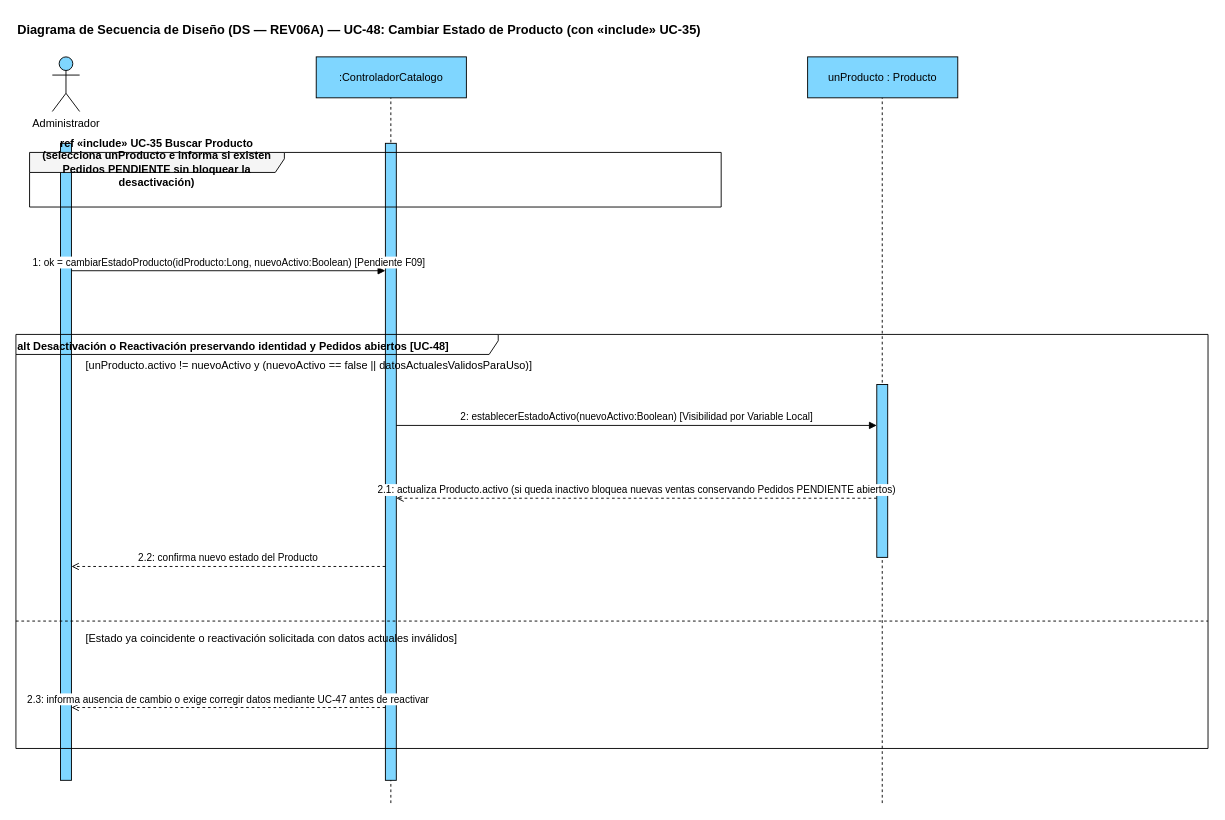
Before: page "DS UC-48 Cambiar Estado Producto (REV06A)" (4 of 9) of docs/08-diagramas/revision/REV06A_COMERCIAL_PROMOCIONES/propuestos/DS_REV06A_COMPLETO_CORREGIDO.drawio.xml in leandrito369/ale-milanesas, a draw.io diagram. Source tidied: cells renumbered, new cells numbered last; positions are measured from the earlier drawing's top-left corner, leaving out a move shared by most shapes. Both pictures are drawn from the tidied source at 91%, with x=0, y=0 at pixel (15, 15).
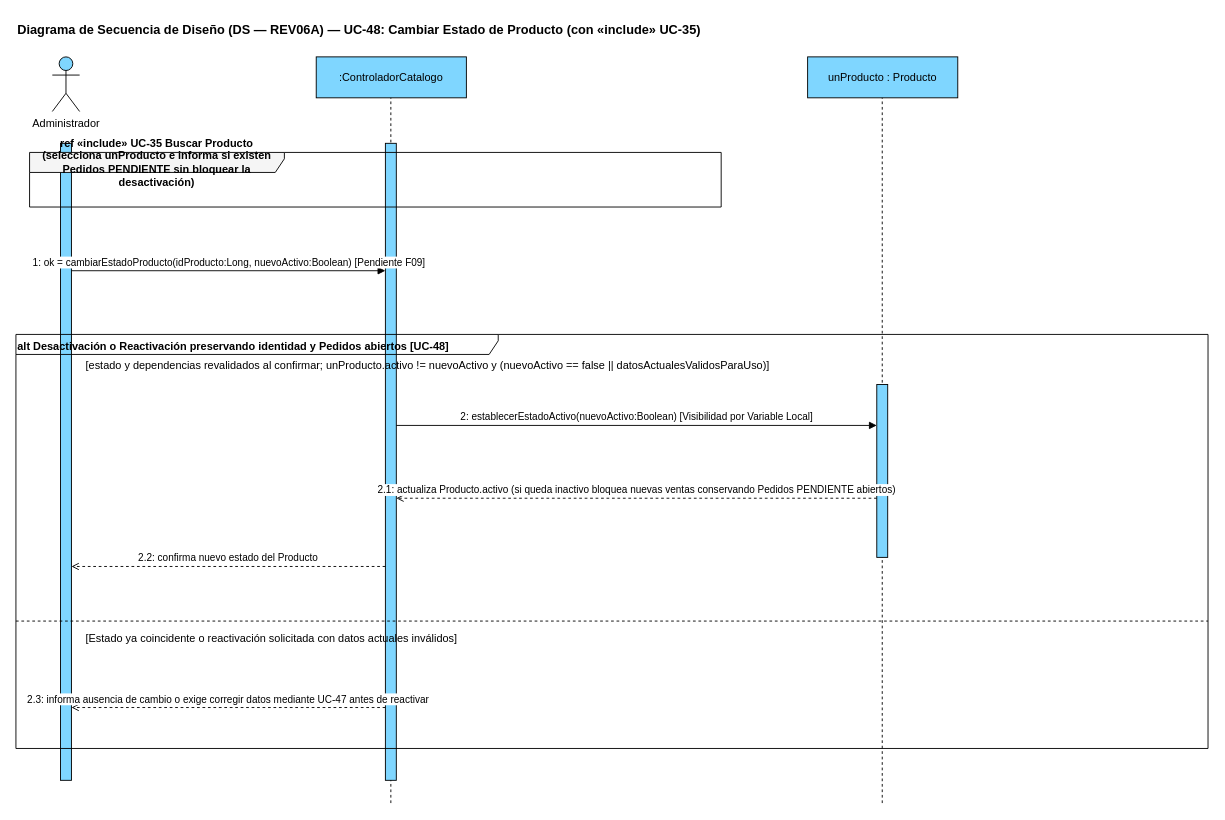
The same diagram, later.

What changed in the source:
```diff
@@
-    <mxCell id="14" value="[unProducto.activo != nuevoActivo y (nuevoActivo == false || datosActualesValidosParaUso)]" style="text;html=1;strokeColor=none;fillColor=none;align=left;verticalAlign=middle;" parent="1" vertex="1">
+    <mxCell id="14" value="[estado y dependencias revalidados al confirmar; unProducto.activo != nuevoActivo y (nuevoActivo == false || datosActualesValidosParaUso)]" style="text;html=1;strokeColor=none;fillColor=none;align=left;verticalAlign=middle;" parent="1" vertex="1">
       <mxGeometry x="75" y="375" width="600" height="20" as="geometry" />
     </mxCell>
```
